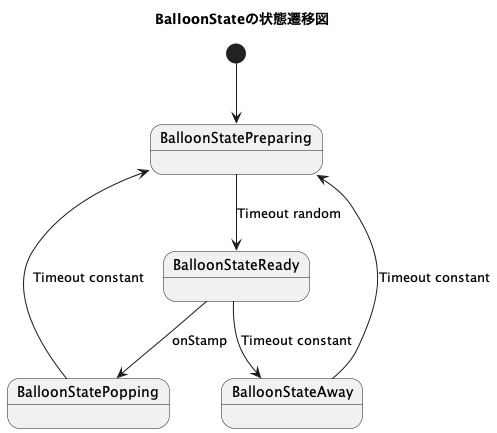
The PlantUML diagram uml/BalloonStateの状態遷移図.png in novogrammer/balloon-popping-game, before a commit.
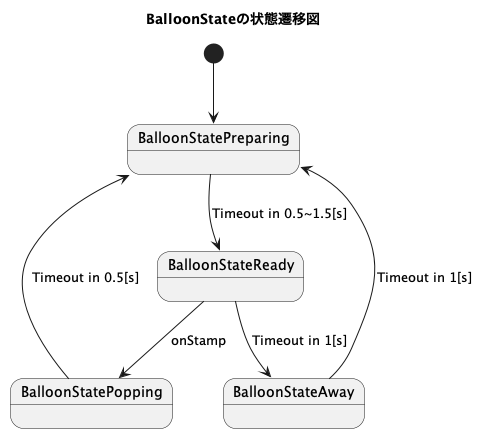
The same file after the commit.

What changed in the source:
```diff
@@ -3,11 +3,11 @@
 
 
 [*] --> BalloonStatePreparing
-BalloonStatePreparing --> BalloonStateReady : Timeout random
+BalloonStatePreparing --> BalloonStateReady : Timeout in 0.5~1.5[s]
 BalloonStateReady --> BalloonStatePopping : onStamp
-BalloonStatePopping --> BalloonStatePreparing : Timeout constant
-BalloonStateReady --> BalloonStateAway : Timeout constant
-BalloonStateAway --> BalloonStatePreparing : Timeout constant
+BalloonStatePopping --> BalloonStatePreparing : Timeout in 0.5[s]
+BalloonStateReady --> BalloonStateAway : Timeout in 1[s]
+BalloonStateAway --> BalloonStatePreparing : Timeout in 1[s]
 
 
 @enduml
```
